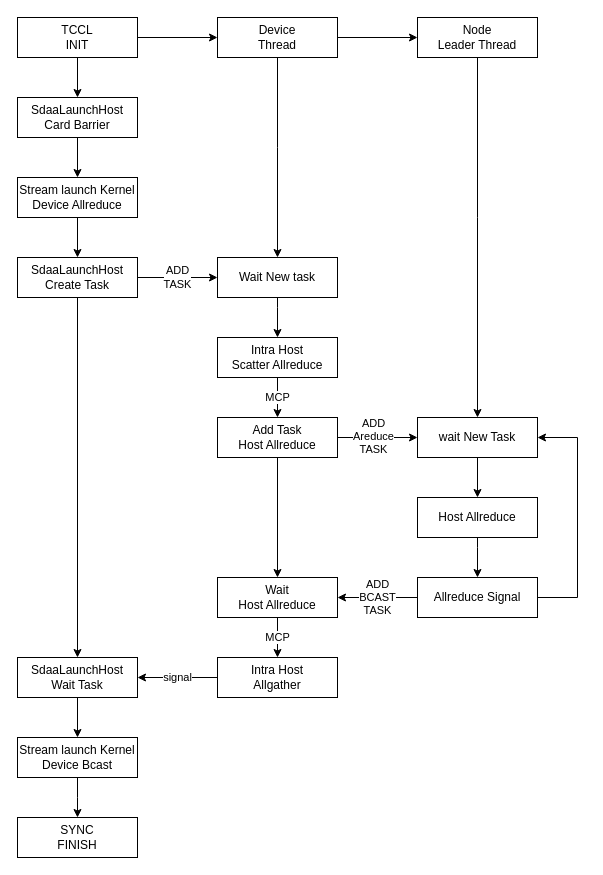
Earlier version of the draw.io diagram tcclworkflow.drawio (BEYHHH/SBLP). Source tidied: cells renumbered, new cells numbered last; positions are measured from the earlier drawing's top-left corner, leaving out a move shared by most shapes. Both pictures are drawn from the tidied source at 100%, with x=0, y=0 at pixel (17, 17).
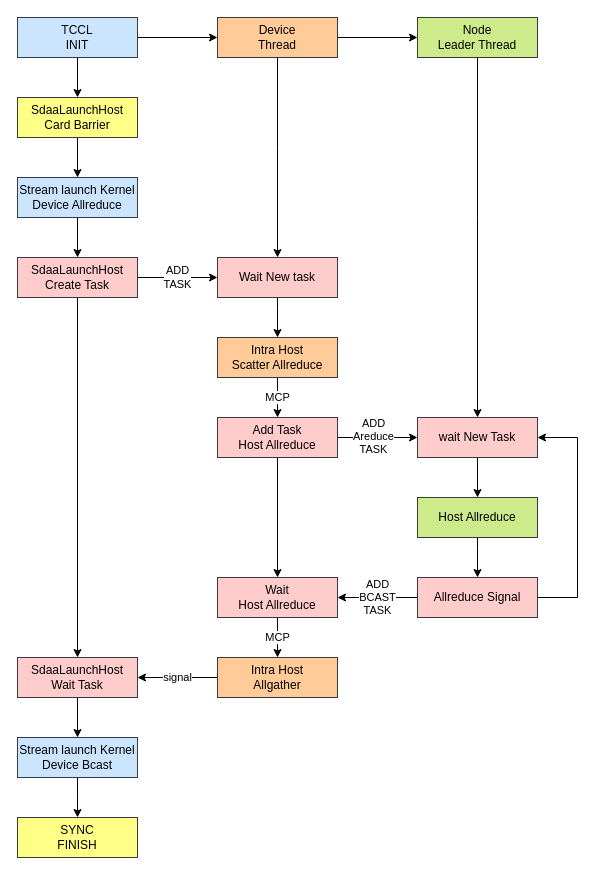
The same diagram, later.

Change to the diagram source:
```diff
@@
-    <mxCell id="3" value="Stream launch Kernel&lt;br&gt;Device Allreduce" style="rounded=0;whiteSpace=wrap;html=1;" parent="1" vertex="1">
+    <mxCell id="3" value="Stream launch Kernel&lt;br&gt;Device Allreduce" style="rounded=0;whiteSpace=wrap;html=1;fillColor=#cce5ff;strokeColor=#36393d;" parent="1" vertex="1">
       <mxGeometry y="160" width="120" height="40" as="geometry" />
     </mxCell>
@@
-    <mxCell id="5" value="SdaaLaunchHost&lt;br&gt;Card Barrier" style="rounded=0;whiteSpace=wrap;html=1;" parent="1" vertex="1">
+    <mxCell id="5" value="SdaaLaunchHost&lt;br&gt;Card Barrier" style="rounded=0;whiteSpace=wrap;html=1;fillColor=#ffff88;strokeColor=#36393d;" parent="1" vertex="1">
       <mxGeometry y="80" width="120" height="40" as="geometry" />
     </mxCell>
@@
-    <mxCell id="8" value="SdaaLaunchHost&lt;br&gt;Create Task" style="rounded=0;whiteSpace=wrap;html=1;" parent="1" vertex="1">
+    <mxCell id="8" value="SdaaLaunchHost&lt;br&gt;Create Task" style="rounded=0;whiteSpace=wrap;html=1;fillColor=#ffcccc;strokeColor=#36393d;" parent="1" vertex="1">
       <mxGeometry y="240" width="120" height="40" as="geometry" />
     </mxCell>
@@
-    <mxCell id="10" value="Wait New task" style="rounded=0;whiteSpace=wrap;html=1;" parent="1" vertex="1">
+    <mxCell id="10" value="Wait New task" style="rounded=0;whiteSpace=wrap;html=1;fillColor=#ffcccc;strokeColor=#36393d;" parent="1" vertex="1">
       <mxGeometry x="200" y="240" width="120" height="40" as="geometry" />
     </mxCell>
@@
-    <mxCell id="14" value="Add Task&lt;br&gt;Host Allreduce" style="rounded=0;whiteSpace=wrap;html=1;" parent="1" vertex="1">
+    <mxCell id="14" value="Add Task&lt;br&gt;Host Allreduce" style="rounded=0;whiteSpace=wrap;html=1;fillColor=#ffcccc;strokeColor=#36393d;" parent="1" vertex="1">
       <mxGeometry x="200" y="400" width="120" height="40" as="geometry" />
     </mxCell>
@@
-    <mxCell id="16" value="SdaaLaunchHost&lt;br&gt;Wait Task" style="rounded=0;whiteSpace=wrap;html=1;" parent="1" vertex="1">
+    <mxCell id="16" value="SdaaLaunchHost&lt;br&gt;Wait Task" style="rounded=0;whiteSpace=wrap;html=1;fillColor=#ffcccc;strokeColor=#36393d;" parent="1" vertex="1">
       <mxGeometry y="640" width="120" height="40" as="geometry" />
     </mxCell>
@@
-    <mxCell id="19" value="TCCL&lt;br&gt;INIT" style="rounded=0;whiteSpace=wrap;html=1;" parent="1" vertex="1">
+    <mxCell id="19" value="TCCL&lt;br&gt;INIT" style="rounded=0;whiteSpace=wrap;html=1;fillColor=#cce5ff;strokeColor=#36393d;" parent="1" vertex="1">
       <mxGeometry width="120" height="40" as="geometry" />
     </mxCell>
@@
-    <mxCell id="21" value="Device&lt;br&gt;Thread" style="rounded=0;whiteSpace=wrap;html=1;" parent="1" vertex="1">
+    <mxCell id="21" value="Device&lt;br&gt;Thread" style="rounded=0;whiteSpace=wrap;html=1;fillColor=#ffcc99;strokeColor=#36393d;" parent="1" vertex="1">
       <mxGeometry x="200" width="120" height="40" as="geometry" />
     </mxCell>
-    <mxCell id="22" value="Node&lt;br&gt;Leader Thread" style="rounded=0;whiteSpace=wrap;html=1;" parent="1" vertex="1">
+    <mxCell id="22" value="Node&lt;br&gt;Leader Thread" style="rounded=0;whiteSpace=wrap;html=1;fillColor=#cdeb8b;strokeColor=#36393d;" parent="1" vertex="1">
       <mxGeometry x="400" width="120" height="40" as="geometry" />
     </mxCell>
@@
-    <mxCell id="25" value="wait New Task" style="rounded=0;whiteSpace=wrap;html=1;" parent="1" vertex="1">
+    <mxCell id="25" value="wait New Task" style="rounded=0;whiteSpace=wrap;html=1;fillColor=#ffcccc;strokeColor=#36393d;" parent="1" vertex="1">
       <mxGeometry x="400" y="400" width="120" height="40" as="geometry" />
     </mxCell>
@@
-    <mxCell id="27" value="Intra Host&lt;br style=&quot;border-color: var(--border-color);&quot;&gt;Scatter Allreduce" style="rounded=0;whiteSpace=wrap;html=1;" parent="1" vertex="1">
+    <mxCell id="27" value="Intra Host&lt;br style=&quot;border-color: var(--border-color);&quot;&gt;Scatter Allreduce" style="rounded=0;whiteSpace=wrap;html=1;fillColor=#ffcc99;strokeColor=#36393d;" parent="1" vertex="1">
       <mxGeometry x="200" y="320" width="120" height="40" as="geometry" />
     </mxCell>
@@
-    <mxCell id="30" value="Host Allreduce" style="rounded=0;whiteSpace=wrap;html=1;" parent="1" vertex="1">
+    <mxCell id="30" value="Host Allreduce" style="rounded=0;whiteSpace=wrap;html=1;fillColor=#cdeb8b;strokeColor=#36393d;" parent="1" vertex="1">
       <mxGeometry x="400" y="480" width="120" height="40" as="geometry" />
     </mxCell>
@@
-    <mxCell id="32" value="Allreduce Signal" style="rounded=0;whiteSpace=wrap;html=1;" parent="1" vertex="1">
+    <mxCell id="32" value="Allreduce Signal" style="rounded=0;whiteSpace=wrap;html=1;fillColor=#ffcccc;strokeColor=#36393d;" parent="1" vertex="1">
       <mxGeometry x="400" y="560" width="120" height="40" as="geometry" />
     </mxCell>
@@
-    <mxCell id="35" value="Wait &lt;br&gt;Host Allreduce" style="rounded=0;whiteSpace=wrap;html=1;" parent="1" vertex="1">
+    <mxCell id="35" value="Wait &lt;br&gt;Host Allreduce" style="rounded=0;whiteSpace=wrap;html=1;fillColor=#ffcccc;strokeColor=#36393d;" parent="1" vertex="1">
       <mxGeometry x="200" y="560" width="120" height="40" as="geometry" />
     </mxCell>
@@
-    <mxCell id="37" value="Intra Host&lt;br&gt;Allgather" style="rounded=0;whiteSpace=wrap;html=1;" parent="1" vertex="1">
+    <mxCell id="37" value="Intra Host&lt;br&gt;Allgather" style="rounded=0;whiteSpace=wrap;html=1;fillColor=#ffcc99;strokeColor=#36393d;" parent="1" vertex="1">
       <mxGeometry x="200" y="640" width="120" height="40" as="geometry" />
     </mxCell>
@@
-    <mxCell id="39" value="Stream launch Kernel&lt;br&gt;Device Bcast" style="rounded=0;whiteSpace=wrap;html=1;" parent="1" vertex="1">
+    <mxCell id="39" value="Stream launch Kernel&lt;br&gt;Device Bcast" style="rounded=0;whiteSpace=wrap;html=1;fillColor=#cce5ff;strokeColor=#36393d;" parent="1" vertex="1">
       <mxGeometry y="720" width="120" height="40" as="geometry" />
     </mxCell>
-    <mxCell id="40" value="SYNC&lt;br&gt;FINISH" style="rounded=0;whiteSpace=wrap;html=1;" parent="1" vertex="1">
+    <mxCell id="40" value="SYNC&lt;br&gt;FINISH" style="rounded=0;whiteSpace=wrap;html=1;fillColor=#ffff88;strokeColor=#36393d;" parent="1" vertex="1">
       <mxGeometry y="800" width="120" height="40" as="geometry" />
     </mxCell>
```
